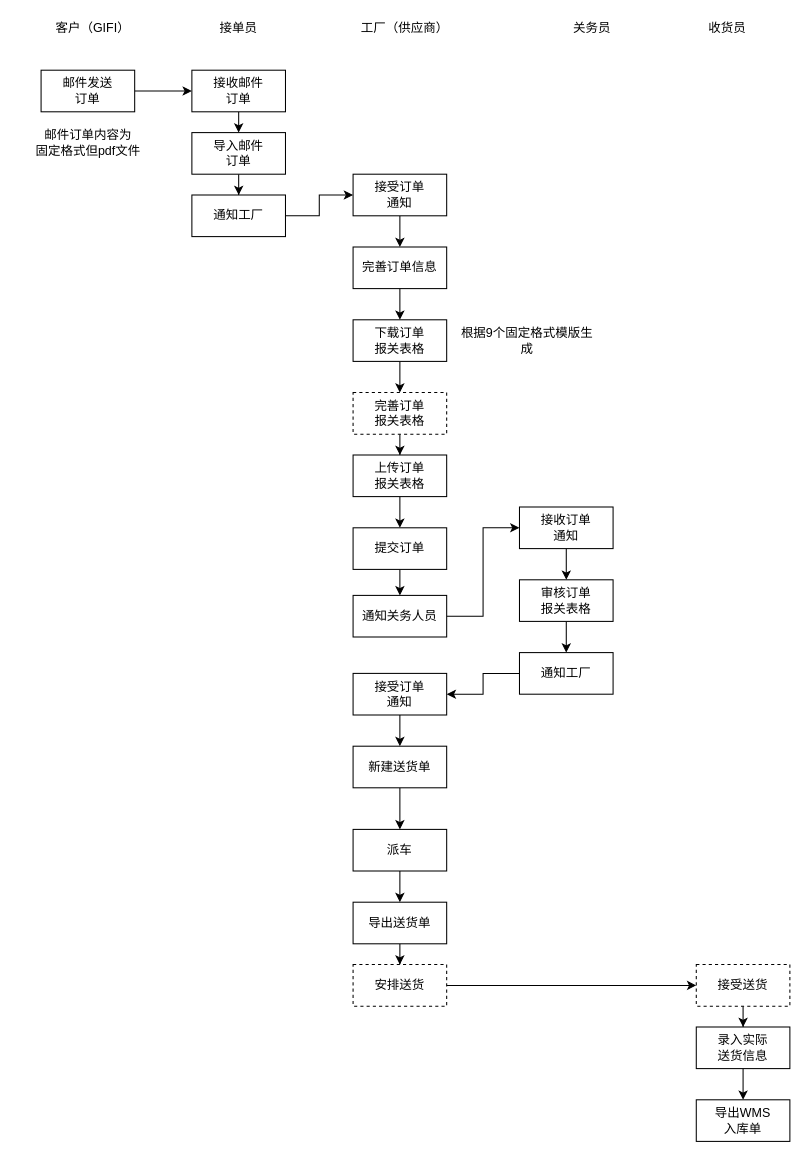
Above: page "业务流程图" (1 of 2) of shrine-doc/进区预约系统.drawio in easefulfil/CLOUDCARE (draw.io), before the change. Source tidied: cells renumbered, new cells numbered last; positions are measured from the earlier drawing's top-left corner, leaving out a move shared by most shapes. Both pictures are drawn from the tidied source at 104%, with x=0, y=0 at pixel (18, 18).
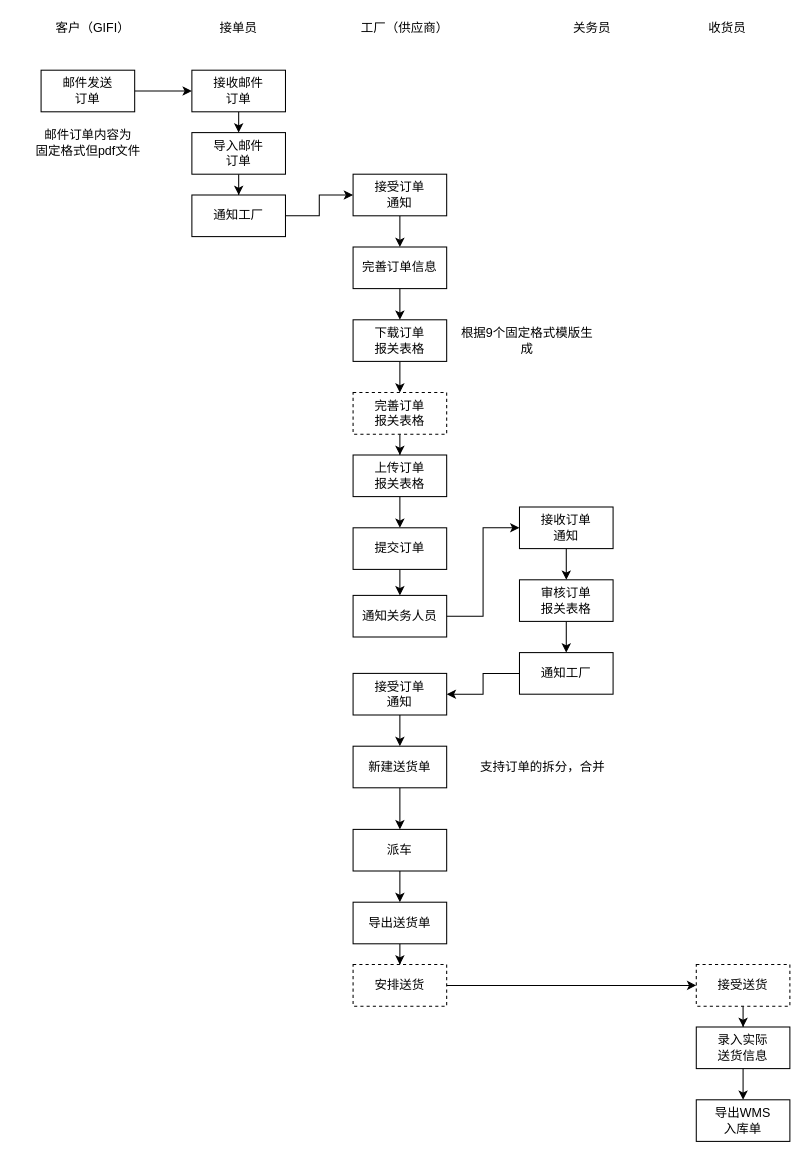
The same page after the edit.

What changed in the source:
```diff
@@
+    <mxCell id="52" value="支持订单的拆分，合并" style="text;html=1;strokeColor=none;fillColor=none;align=center;verticalAlign=middle;whiteSpace=wrap;rounded=0;" parent="1" vertex="1">
+      <mxGeometry x="437" y="710" width="135" height="20" as="geometry" />
+    </mxCell>
```
